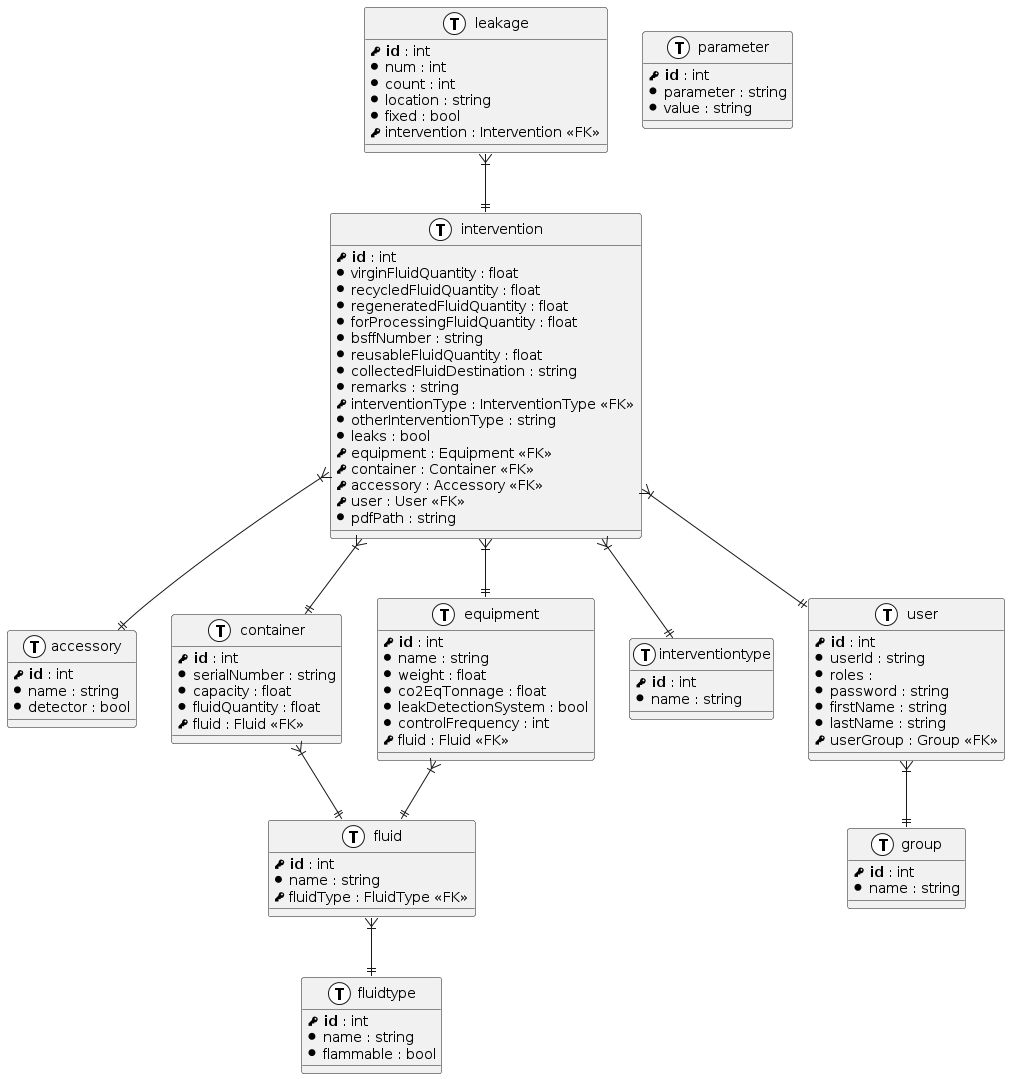
Above: example.png in teegre/symplant (PlantUML), before the change.
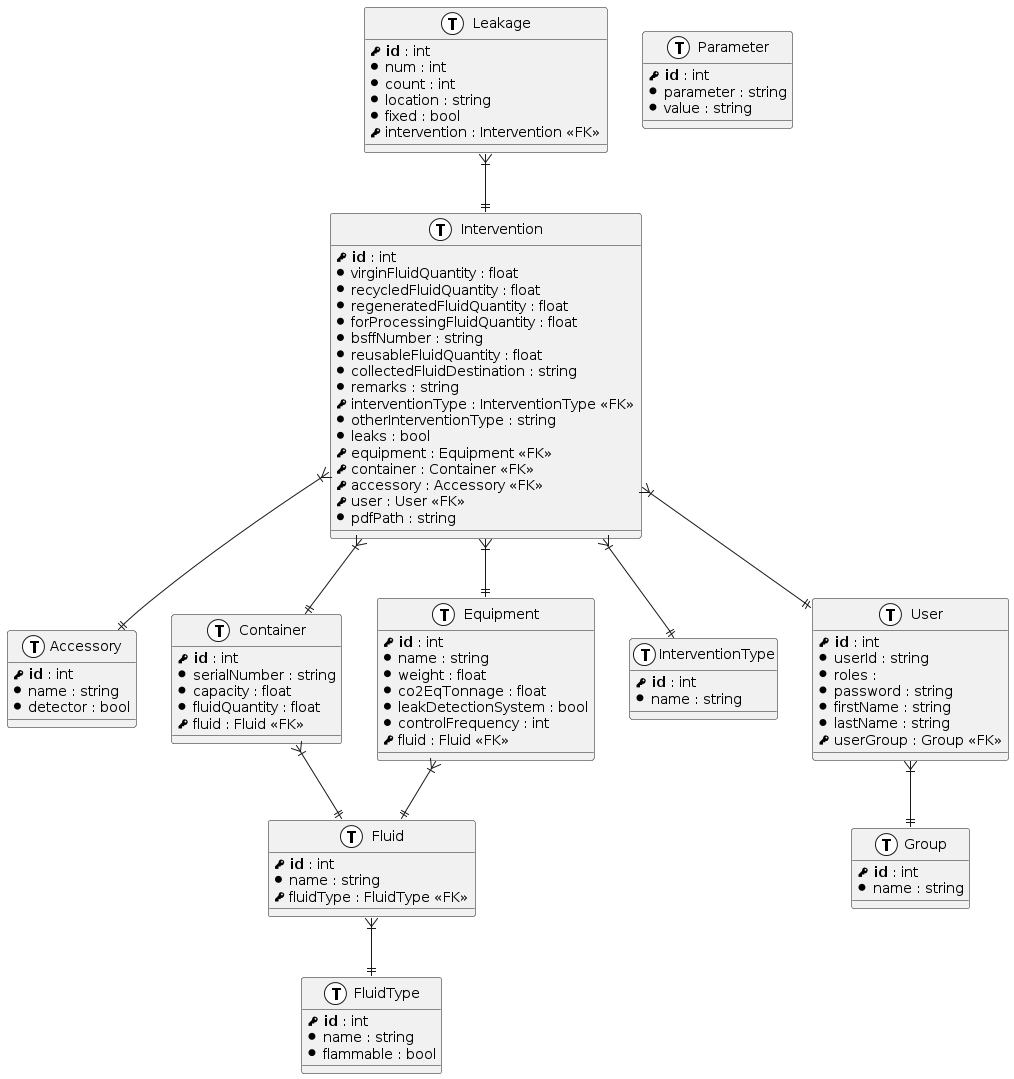
After the commit.

What changed in the source:
```diff
@@ -4,13 +4,13 @@
 !define column(x) <&media-record> x
 !define foreign_key(x) <&key> x
 
-table( accessory ) {
+table( Accessory ) {
   primary_key( id ) : int
   column( name ) : string
   column( detector ) : bool
 }
 
-table( container ) {
+table( Container ) {
   primary_key( id ) : int
   column( serialNumber ) : string
   column( capacity ) : float
@@ -18,7 +18,7 @@
   foreign_key( fluid ) : Fluid <<FK>>
 }
 
-table( equipment ) {
+table( Equipment ) {
   primary_key( id ) : int
   column( name ) : string
   column( weight ) : float
@@ -28,24 +28,24 @@
   foreign_key( fluid ) : Fluid <<FK>>
 }
 
-table( fluid ) {
+table( Fluid ) {
   primary_key( id ) : int
   column( name ) : string
   foreign_key( fluidType ) : FluidType <<FK>>
 }
 
-table( fluidtype ) {
+table( FluidType ) {
   primary_key( id ) : int
   column( name ) : string
   column( flammable ) : bool
 }
 
-table( group ) {
+table( Group ) {
   primary_key( id ) : int
   column( name ) : string
 }
 
-table( intervention ) {
+table( Intervention ) {
   primary_key( id ) : int
   column( virginFluidQuantity ) : float
   column( recycledFluidQuantity ) : float
@@ -65,12 +65,12 @@
   column( pdfPath ) : string
 }
 
-table( interventiontype ) {
+table( InterventionType ) {
   primary_key( id ) : int
   column( name ) : string
 }
 
-table( leakage ) {
+table( Leakage ) {
   primary_key( id ) : int
   column( num ) : int
   column( count ) : int
@@ -79,13 +79,13 @@
   foreign_key( intervention ) : Intervention <<FK>>
 }
 
-table( parameter ) {
+table( Parameter ) {
   primary_key( id ) : int
   column( parameter ) : string
   column( value ) : string
 }
 
-table( user ) {
+table( User ) {
   primary_key( id ) : int
   column( userId ) : string
   column( roles ) :
@@ -94,14 +94,14 @@
   column( lastName ) : string
   foreign_key( userGroup ) : Group <<FK>>
 }
-container }|--|| fluid
-equipment }|--|| fluid
-fluid }|--|| fluidtype
-intervention }|--|| interventiontype
-intervention }|--|| equipment
-intervention }|--|| container
-intervention }|--|| accessory
-intervention }|--|| user
-leakage }|--|| intervention
-user }|--|| group
+Container }|--|| Fluid
+Equipment }|--|| Fluid
+Fluid }|--|| FluidType
+Intervention }|--|| InterventionType
+Intervention }|--|| Equipment
+Intervention }|--|| Container
+Intervention }|--|| Accessory
+Intervention }|--|| User
+Leakage }|--|| Intervention
+User }|--|| Group
 @enduml
```
